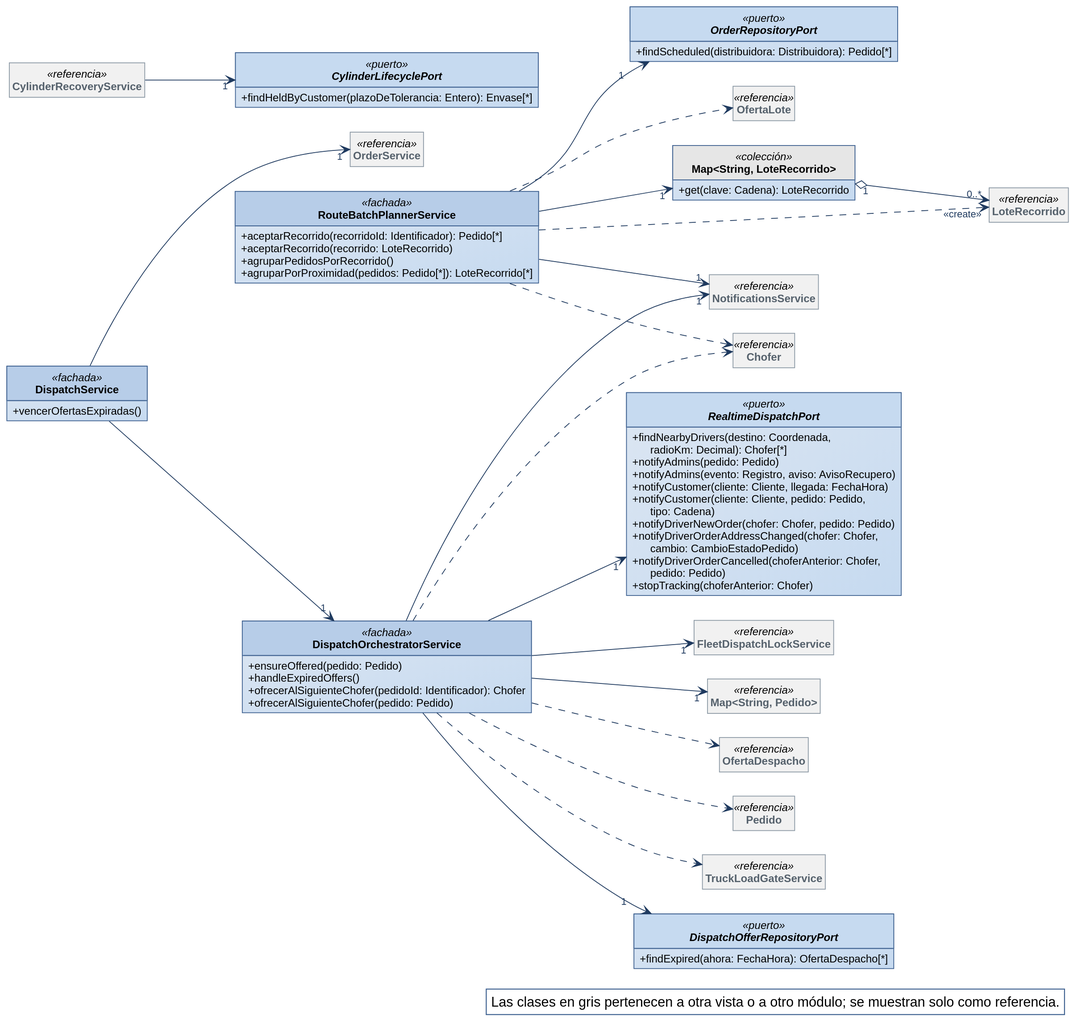
This is diagramas/clases-diseno/DC_Mod_Despacho.svg from Nahuelito-Dev/splg-docs, a PlantUML export, as it was before one commit.
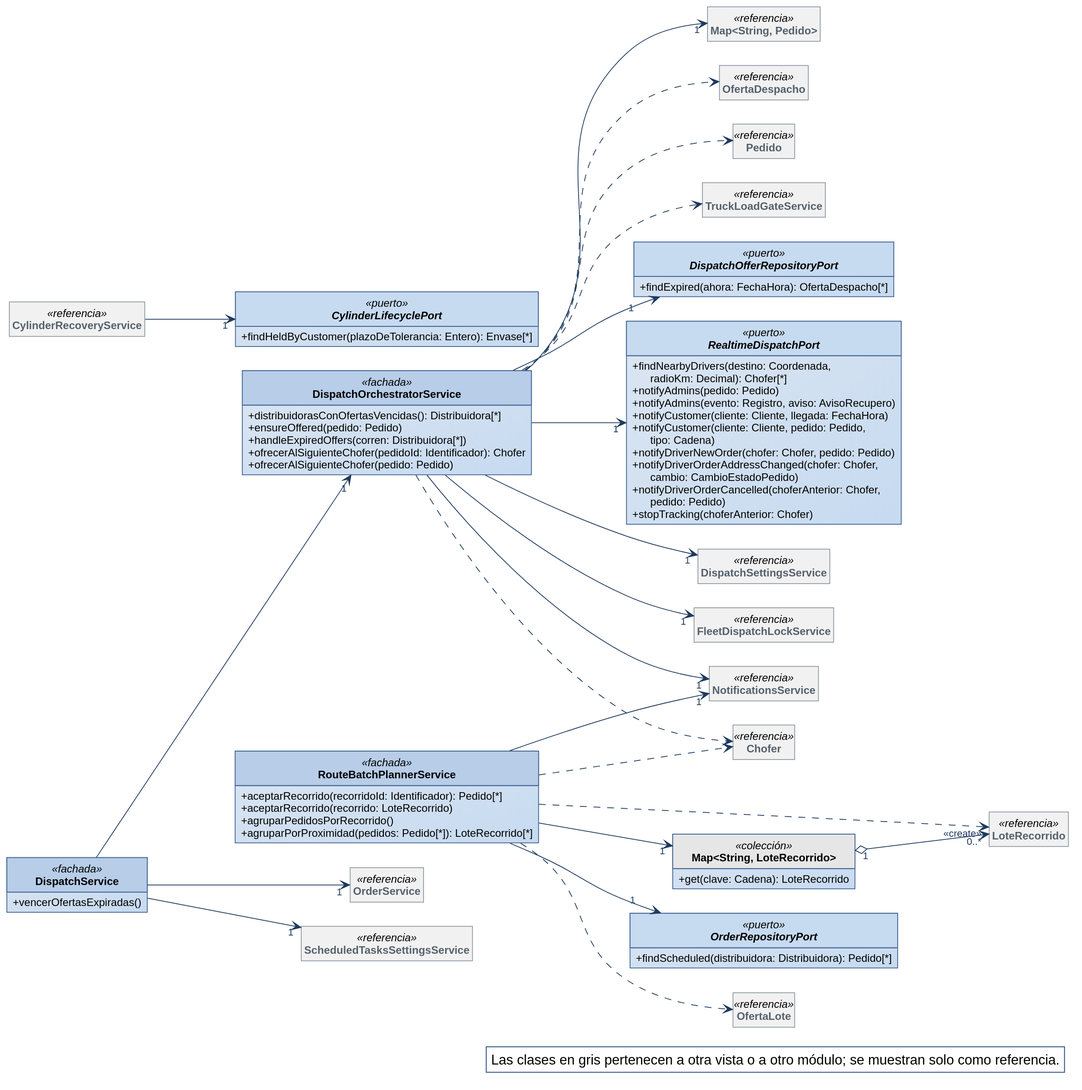
After the commit.

The edit, as a diff of the source:
```diff
@@ -31,8 +31,9 @@
 skinparam nodesep 25
 skinparam ranksep 90
 class DispatchOrchestratorService <<fachada>> {
+  + distribuidorasConOfertasVencidas(): Distribuidora[*]
   + ensureOffered(pedido: Pedido)
-  + handleExpiredOffers()
+  + handleExpiredOffers(corren: Distribuidora[*])
   + ofrecerAlSiguienteChofer(pedidoId: Identificador): Chofer
   + ofrecerAlSiguienteChofer(pedido: Pedido)
 }
@@ -69,10 +70,12 @@
   + findScheduled(distribuidora: Distribuidora): Pedido[*]
 }
 class LoteRecorrido <<referencia>>
+class DispatchSettingsService <<referencia>>
 class FleetDispatchLockService <<referencia>>
 class "Map<String, Pedido>" as Map_String_Pedido <<referencia>>
 class NotificationsService <<referencia>>
 class OrderService <<referencia>>
+class ScheduledTasksSettingsService <<referencia>>
 class Chofer <<referencia>>
 class OfertaDespacho <<referencia>>
 class Pedido <<referencia>>
@@ -82,12 +85,14 @@
 
 Map_String_LoteRecorrido "1" o--> "0..*" LoteRecorrido
 DispatchOrchestratorService --> "1" DispatchOfferRepositoryPort
+DispatchOrchestratorService --> "1" DispatchSettingsService
 DispatchOrchestratorService --> "1" FleetDispatchLockService
 DispatchOrchestratorService --> "1" Map_String_Pedido
 DispatchOrchestratorService --> "1" NotificationsService
 DispatchOrchestratorService --> "1" RealtimeDispatchPort
 DispatchService --> "1" DispatchOrchestratorService
 DispatchService --> "1" OrderService
+DispatchService --> "1" ScheduledTasksSettingsService
 RouteBatchPlannerService --> "1" Map_String_LoteRecorrido
 RouteBatchPlannerService --> "1" NotificationsService
 RouteBatchPlannerService --> "1" OrderRepositoryPort
```
